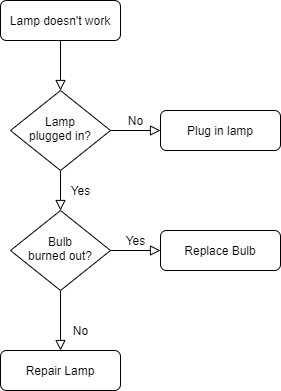
Before: images/Untitled Diagram.png, a diagram exported from draw.io (zhangbowen-github/mobile-web-page). Source tidied: cells renumbered, new cells last; positions are measured from the earlier drawing's top-left corner, leaving out a move shared by most shapes. Its diagram source:
```xml
<mxGraphModel>
  <root>
    <mxCell id="0" />
    <mxCell id="1" parent="0" />
    <mxCell id="2" style="rounded=0;html=1;jettySize=auto;fontSize=11;endArrow=block;endFill=0;endSize=8;strokeWidth=1;shadow=0;labelBackgroundColor=none;edgeStyle=orthogonalEdgeStyle;" parent="1" edge="1" source="3" target="6">
      <mxGeometry relative="1" as="geometry" />
    </mxCell>
    <mxCell id="3" value="Lamp doesn't work" style="rounded=1;whiteSpace=wrap;html=1;fontSize=12;glass=0;strokeWidth=1;shadow=0;" parent="1" vertex="1">
      <mxGeometry width="120" height="40" as="geometry" />
    </mxCell>
    <mxCell id="4" value="Yes" style="rounded=0;html=1;jettySize=auto;fontSize=11;endArrow=block;endFill=0;endSize=8;strokeWidth=1;shadow=0;labelBackgroundColor=none;edgeStyle=orthogonalEdgeStyle;" parent="1" edge="1" source="6" target="10">
      <mxGeometry y="20" relative="1" as="geometry" />
    </mxCell>
    <mxCell id="5" value="No" style="edgeStyle=orthogonalEdgeStyle;rounded=0;html=1;jettySize=auto;fontSize=11;endArrow=block;endFill=0;endSize=8;strokeWidth=1;shadow=0;labelBackgroundColor=none;" parent="1" edge="1" source="6" target="7">
      <mxGeometry y="10" relative="1" as="geometry" />
    </mxCell>
    <mxCell id="6" value="Lamp&lt;br&gt;plugged in?" style="rhombus;whiteSpace=wrap;html=1;shadow=0;fontFamily=Helvetica;fontSize=12;align=center;strokeWidth=1;spacing=6;spacingTop=-4;" parent="1" vertex="1">
      <mxGeometry x="10" y="90" width="100" height="80" as="geometry" />
    </mxCell>
    <mxCell id="7" value="Plug in lamp" style="rounded=1;whiteSpace=wrap;html=1;fontSize=12;glass=0;strokeWidth=1;shadow=0;" parent="1" vertex="1">
      <mxGeometry x="160" y="110" width="120" height="40" as="geometry" />
    </mxCell>
    <mxCell id="8" value="No" style="rounded=0;html=1;jettySize=auto;fontSize=11;endArrow=block;endFill=0;endSize=8;strokeWidth=1;shadow=0;labelBackgroundColor=none;edgeStyle=orthogonalEdgeStyle;" parent="1" edge="1" source="10" target="11">
      <mxGeometry x="0.33" y="20" relative="1" as="geometry" />
    </mxCell>
    <mxCell id="9" value="Yes" style="edgeStyle=orthogonalEdgeStyle;rounded=0;html=1;jettySize=auto;fontSize=11;endArrow=block;endFill=0;endSize=8;strokeWidth=1;shadow=0;labelBackgroundColor=none;" parent="1" edge="1" source="10" target="12">
      <mxGeometry y="10" relative="1" as="geometry" />
    </mxCell>
    <mxCell id="10" value="Bulb&lt;br&gt;burned out?" style="rhombus;whiteSpace=wrap;html=1;shadow=0;fontFamily=Helvetica;fontSize=12;align=center;strokeWidth=1;spacing=6;spacingTop=-4;" parent="1" vertex="1">
      <mxGeometry x="10" y="210" width="100" height="80" as="geometry" />
    </mxCell>
    <mxCell id="11" value="Repair Lamp" style="rounded=1;whiteSpace=wrap;html=1;fontSize=12;glass=0;strokeWidth=1;shadow=0;" parent="1" vertex="1">
      <mxGeometry y="350" width="120" height="40" as="geometry" />
    </mxCell>
    <mxCell id="12" value="Replace Bulb" style="rounded=1;whiteSpace=wrap;html=1;fontSize=12;glass=0;strokeWidth=1;shadow=0;" parent="1" vertex="1">
      <mxGeometry x="160" y="230" width="120" height="40" as="geometry" />
    </mxCell>
  </root>
</mxGraphModel>
```
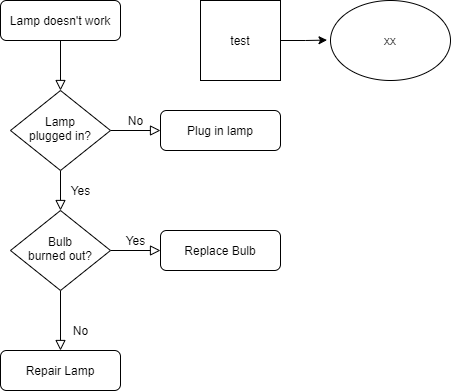
After the change.

Diff of the diagram source:
```diff
@@ -35,5 +35,14 @@
     <mxCell id="12" value="Replace Bulb" style="rounded=1;whiteSpace=wrap;html=1;fontSize=12;glass=0;strokeWidth=1;shadow=0;" parent="1" vertex="1">
       <mxGeometry x="160" y="230" width="120" height="40" as="geometry" />
     </mxCell>
+    <mxCell id="13" style="edgeStyle=orthogonalEdgeStyle;rounded=0;jettySize=auto;html=1;exitX=1;exitY=0.5;exitDx=0;exitDy=0;entryX=-0.029;entryY=0.495;entryDx=0;entryDy=0;entryPerimeter=0;" parent="1" edge="1" source="14" target="15">
+      <mxGeometry relative="1" as="geometry" />
+    </mxCell>
+    <mxCell id="14" value="test" style="whiteSpace=wrap;html=1;" parent="1" vertex="1">
+      <mxGeometry x="200" width="80" height="80" as="geometry" />
+    </mxCell>
+    <mxCell id="15" value="xx" style="ellipse;whiteSpace=wrap;html=1;" parent="1" vertex="1">
+      <mxGeometry x="330" width="120" height="80" as="geometry" />
+    </mxCell>
   </root>
 </mxGraphModel>
```
